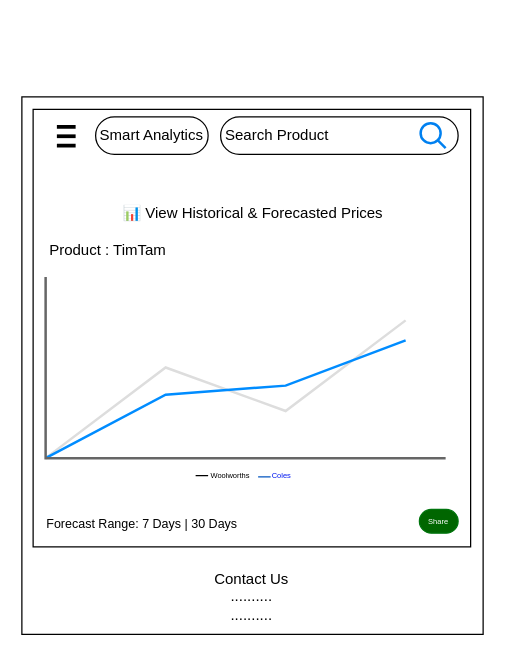
This is page "Historical & Forecast Prices" (4 of 4) of app/static/mockup/draw-io-file/FE-Mockups.drawio from Kaichao-Zheng/CITS5505-GroupProject, a draw.io file, before an edit. Source tidied: cells renumbered, new cells numbered last; positions are measured from the earlier drawing's top-left corner, leaving out a move shared by most shapes. Both pictures are drawn from the tidied source at 125%, with x=0, y=0 at pixel (21, 96).
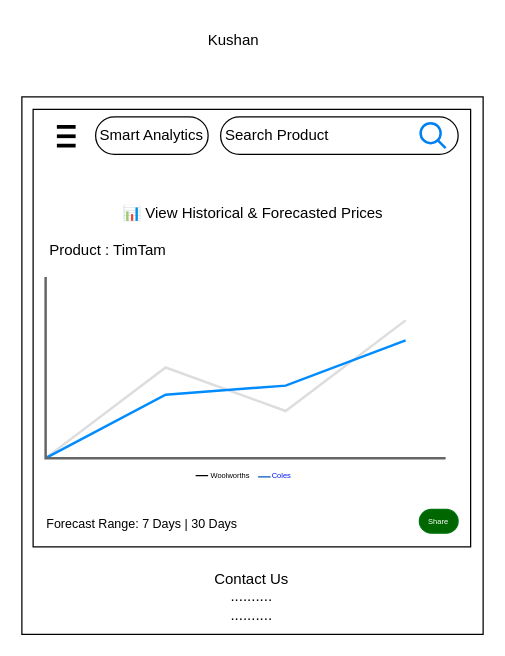
After the change.

What changed in the source:
```diff
@@
+    <mxCell id="23" value="Kushan" style="text;html=1;align=center;verticalAlign=middle;strokeColor=none;fillColor=none;" parent="1" vertex="1">
+      <mxGeometry x="139" y="-60" width="60" height="30" as="geometry" />
+    </mxCell>
```
